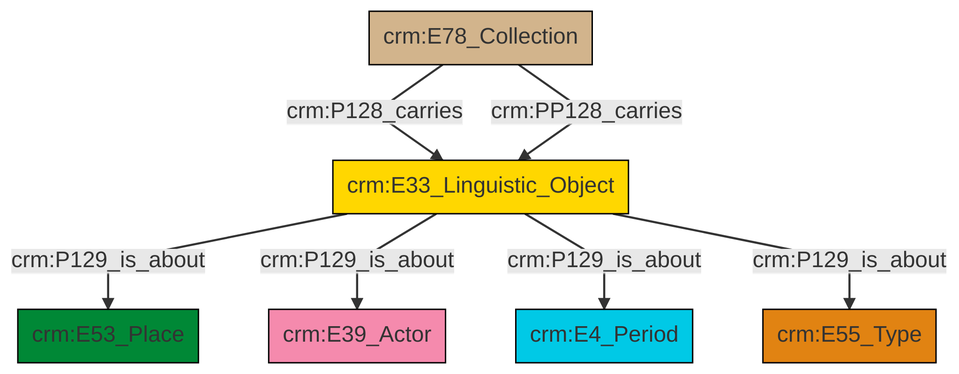
Above: et/archivalCSV/ttl/mmd/png/archival_aboutness.png in swiss-art-research-net/docs.swissartresearch (Mermaid), before the change. Its source is kept beside it as et/archivalCSV/ttl/mmd/archival_aboutness.ttl.mmd.
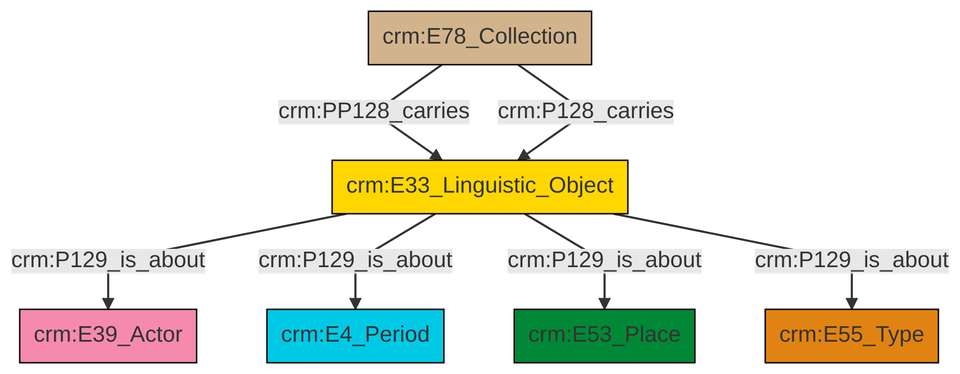
Later version of the same file.

Change to the diagram source:
```diff
@@ -13,9 +13,9 @@
 classDef PC_Classes fill:#4ce600, stroke:#000000;
 classDef Multi fill:#cccccc,stroke:#000000;
 
-2["crm:E33_Linguistic_Object"]:::Conceptual_Object -->|crm:P129_is_about| 3["crm:E53_Place"]:::Place
-2["crm:E33_Linguistic_Object"]:::Conceptual_Object -->|crm:P129_is_about| 6["crm:E39_Actor"]:::Actor
-7["crm:E78_Collection"]:::Physical_Thing -->|crm:P128_carries| 2["crm:E33_Linguistic_Object"]:::Conceptual_Object
-7["crm:E78_Collection"]:::Physical_Thing -->|crm:PP128_carries| 2["crm:E33_Linguistic_Object"]:::Conceptual_Object
-2["crm:E33_Linguistic_Object"]:::Conceptual_Object -->|crm:P129_is_about| 4["crm:E4_Period"]:::Temporal_Entity
-2["crm:E33_Linguistic_Object"]:::Conceptual_Object -->|crm:P129_is_about| 0["crm:E55_Type"]:::Type
+2["crm:E78_Collection"]:::Physical_Thing -->|crm:PP128_carries| 3["crm:E33_Linguistic_Object"]:::Conceptual_Object
+3["crm:E33_Linguistic_Object"]:::Conceptual_Object -->|crm:P129_is_about| 4["crm:E39_Actor"]:::Actor
+2["crm:E78_Collection"]:::Physical_Thing -->|crm:P128_carries| 3["crm:E33_Linguistic_Object"]:::Conceptual_Object
+3["crm:E33_Linguistic_Object"]:::Conceptual_Object -->|crm:P129_is_about| 0["crm:E4_Period"]:::Temporal_Entity
+3["crm:E33_Linguistic_Object"]:::Conceptual_Object -->|crm:P129_is_about| 9["crm:E53_Place"]:::Place
+3["crm:E33_Linguistic_Object"]:::Conceptual_Object -->|crm:P129_is_about| 7["crm:E55_Type"]:::Type
```
